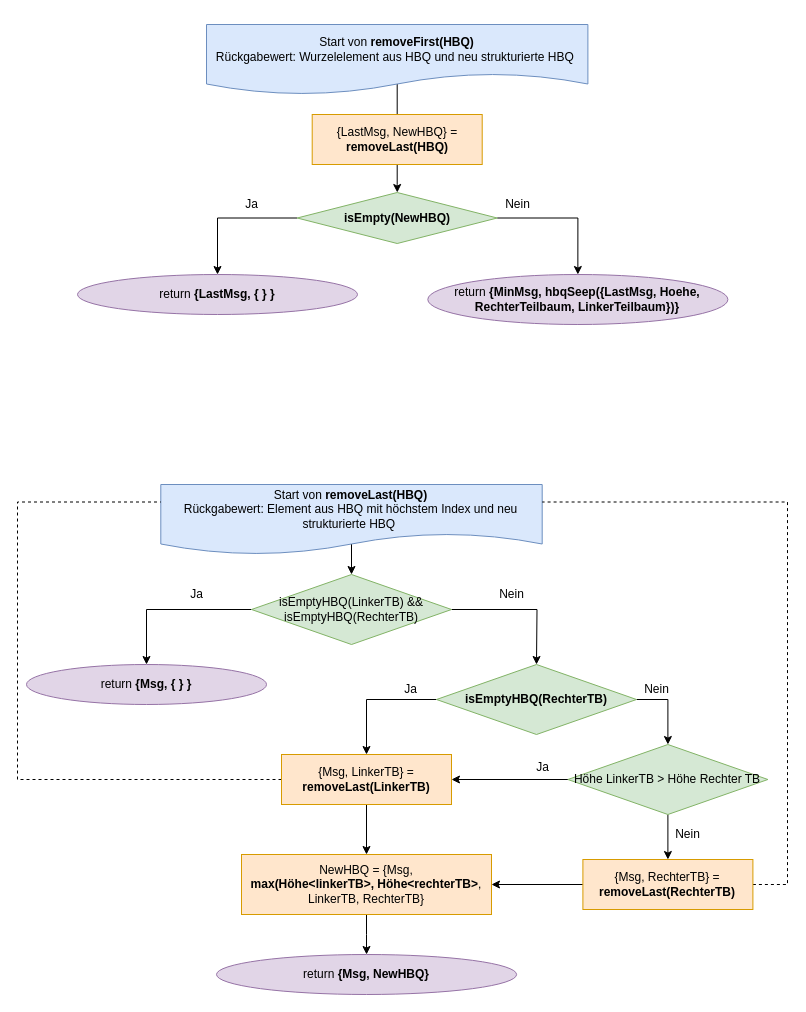
Before: Grafiken:Bilder/draw.io/HBQ/2.2. removeFirstLastHBQ.drawio in krisschaaf/Hausarbeit_Erlang_Queues, a draw.io diagram. Source tidied: cells renumbered, new cells numbered last; positions are measured from the earlier drawing's top-left corner, leaving out a move shared by most shapes. Both pictures are drawn from the tidied source at 100%, with x=0, y=0 at pixel (17, 24).
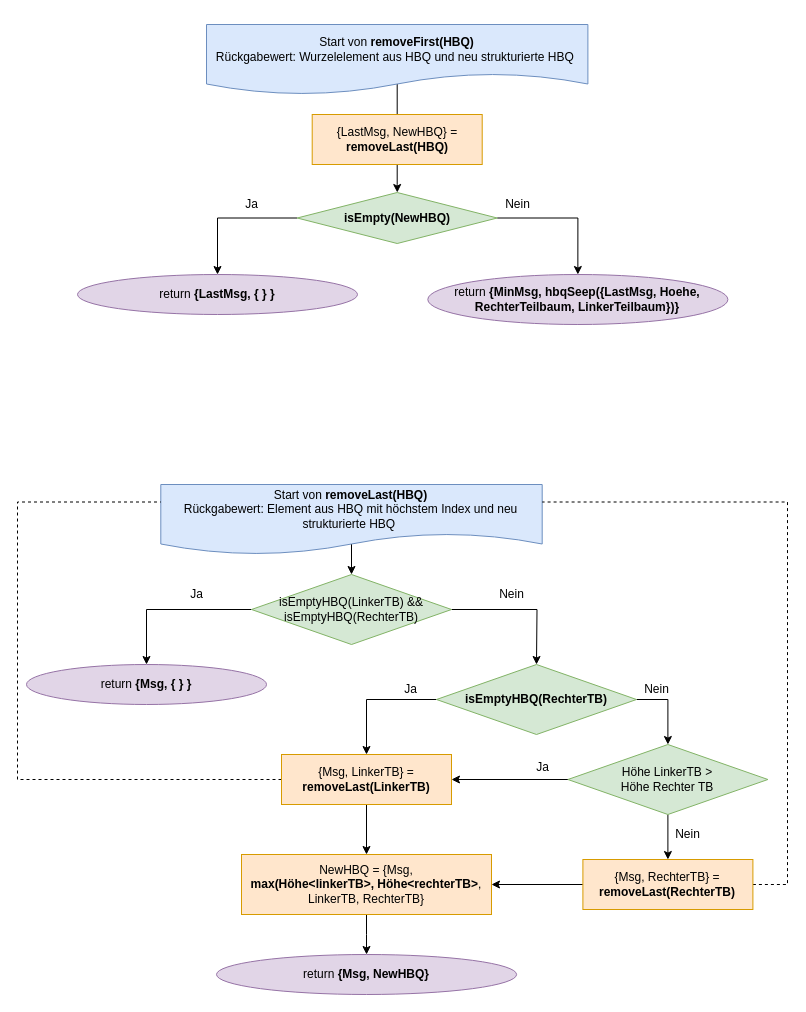
After the change.

Diff of the diagram source:
```diff
@@
-    <mxCell id="24" value="Höhe LinkerTB &amp;gt; Höhe Rechter TB" style="rhombus;whiteSpace=wrap;html=1;rounded=0;fillColor=#d5e8d4;strokeColor=#82b366;" parent="1" vertex="1">
+    <mxCell id="24" value="Höhe LinkerTB &amp;gt; &lt;br&gt;Höhe Rechter TB" style="rhombus;whiteSpace=wrap;html=1;rounded=0;fillColor=#d5e8d4;strokeColor=#82b366;" parent="1" vertex="1">
       <mxGeometry x="550.4" y="720" width="200" height="70" as="geometry" />
     </mxCell>
```
